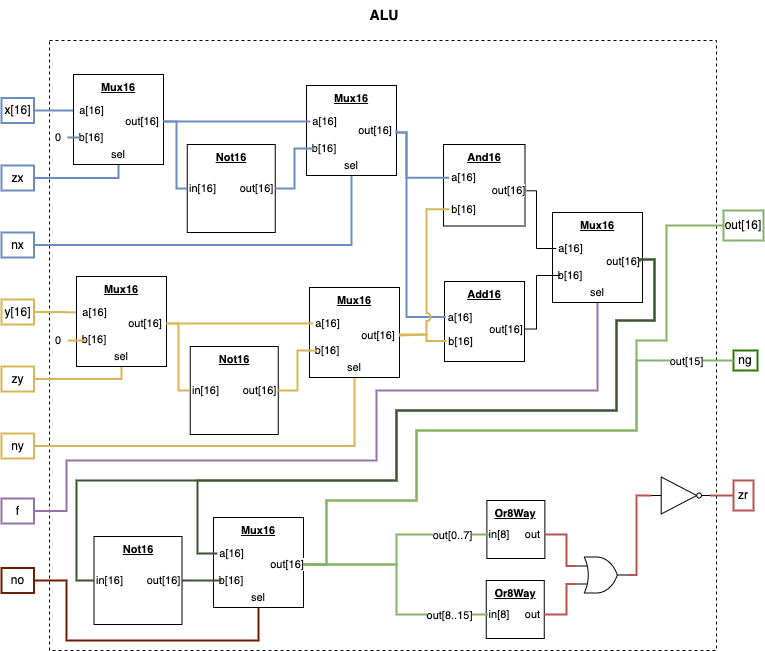
pwbrown/nand2tetris keeps this draw.io diagram as course1/project2/diagrams/alu.png. Above is the earlier version. Source tidied: cells renumbered, new cells last; positions are measured from the earlier drawing's top-left corner, leaving out a move shared by most shapes.
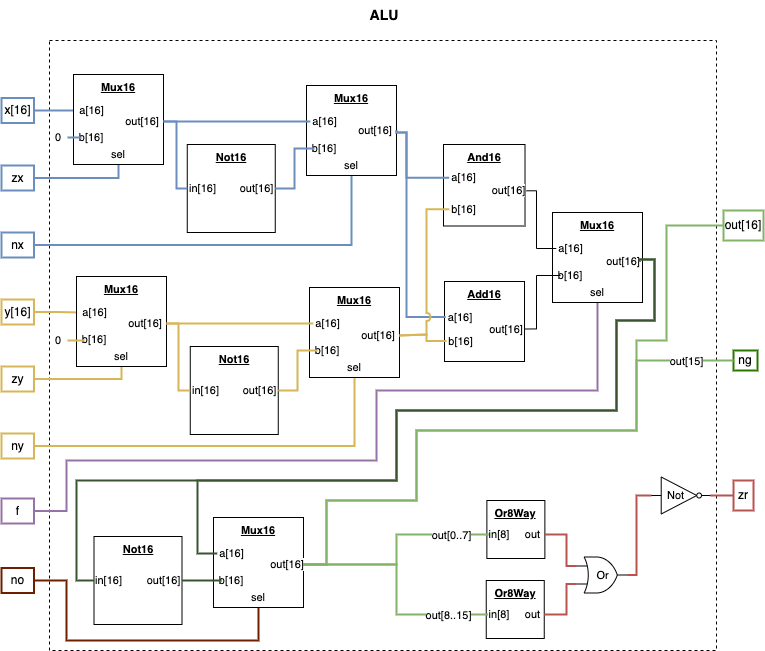
The same diagram one commit later.

Change to the diagram source:
```diff
@@ -458,13 +458,13 @@
     <mxCell id="112" value="out" style="text;html=1;align=center;verticalAlign=middle;whiteSpace=wrap;rounded=0;fontFamily=Helvetica;fontSize=11;fontColor=default;labelBackgroundColor=default;" parent="109" vertex="1">
       <mxGeometry x="35" y="24" width="23" height="20" as="geometry" />
     </mxCell>
-    <mxCell id="113" style="verticalLabelPosition=bottom;shadow=0;dashed=0;align=center;html=1;verticalAlign=top;shape=mxgraph.electrical.logic_gates.logic_gate;operation=or;fontFamily=Helvetica;fontSize=11;fontColor=default;labelBackgroundColor=default;" parent="1" vertex="1">
+    <mxCell id="113" value="Or" style="verticalLabelPosition=middle;shadow=0;dashed=0;align=center;html=1;verticalAlign=middle;shape=mxgraph.electrical.logic_gates.logic_gate;operation=or;fontFamily=Helvetica;fontSize=11;fontColor=default;labelBackgroundColor=default;labelPosition=center;" parent="1" vertex="1">
       <mxGeometry x="575" y="556.5" width="51" height="36" as="geometry" />
     </mxCell>
     <mxCell id="114" style="edgeStyle=orthogonalEdgeStyle;shape=connector;rounded=0;jettySize=auto;html=1;exitX=1;exitY=0.5;exitDx=0;exitDy=0;exitPerimeter=0;entryX=0;entryY=0.5;entryDx=0;entryDy=0;strokeColor=#b85450;align=center;verticalAlign=middle;fontFamily=Helvetica;fontSize=11;fontColor=default;labelBackgroundColor=default;startFill=0;endArrow=none;fillColor=#f8cecc;strokeWidth=2;" parent="1" edge="1" source="115" target="21">
       <mxGeometry relative="1" as="geometry" />
     </mxCell>
-    <mxCell id="115" style="verticalLabelPosition=bottom;shadow=0;dashed=0;align=center;html=1;verticalAlign=top;shape=mxgraph.electrical.logic_gates.inverter_2;fontFamily=Helvetica;fontSize=11;fontColor=default;labelBackgroundColor=default;" parent="1" vertex="1">
+    <mxCell id="115" value="&lt;font&gt;Not&lt;/font&gt;" style="verticalLabelPosition=middle;shadow=0;dashed=0;align=center;html=1;verticalAlign=middle;shape=mxgraph.electrical.logic_gates.inverter_2;fontFamily=Helvetica;fontSize=11;fontColor=default;labelBackgroundColor=none;labelPosition=center;spacingLeft=-11;" parent="1" vertex="1">
       <mxGeometry x="649.6" y="476.5" width="59.2" height="37" as="geometry" />
     </mxCell>
     <mxCell id="116" style="edgeStyle=orthogonalEdgeStyle;shape=connector;rounded=0;jettySize=auto;html=1;exitX=1;exitY=0.5;exitDx=0;exitDy=0;exitPerimeter=0;entryX=0;entryY=0.5;entryDx=0;entryDy=0;entryPerimeter=0;strokeColor=#b85450;align=center;verticalAlign=middle;fontFamily=Helvetica;fontSize=11;fontColor=default;labelBackgroundColor=default;startFill=0;endArrow=none;fillColor=#f8cecc;strokeWidth=2;" parent="1" edge="1" source="113" target="115">
```
